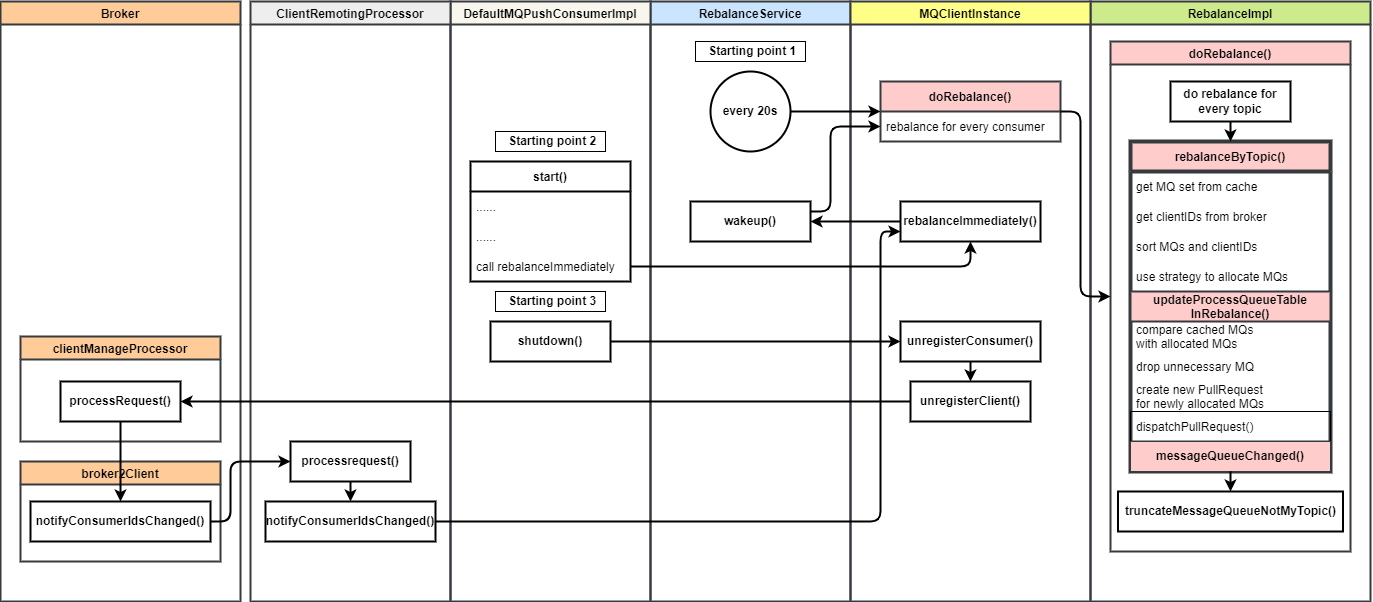
The draw.io diagram assets/rocketmq-consume-message/rocketmq-consumer-rebalance-process.drawio.png in HScarb/knowledge, before a commit. Source tidied: cells renumbered, new cells last; positions are measured from the earlier drawing's top-left corner, leaving out a move shared by most shapes.
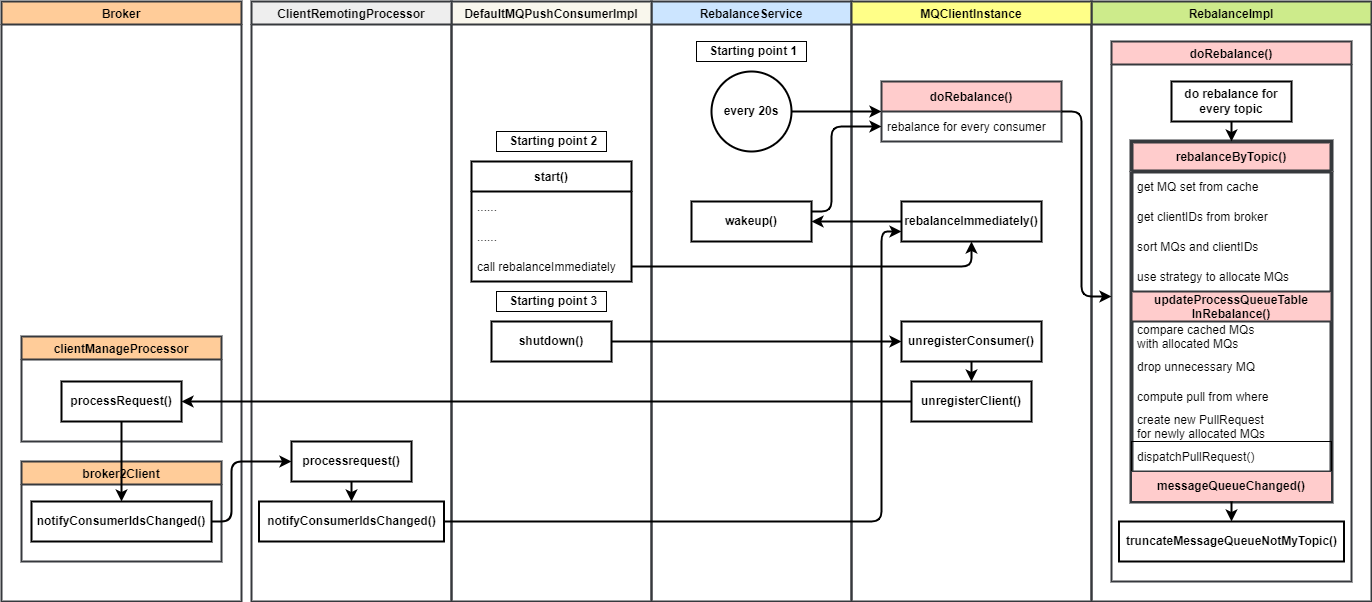
After the change.

What changed in the source:
```diff
@@ -18,10 +18,10 @@
       <mxGeometry x="1090" width="280" height="600" as="geometry" />
     </mxCell>
     <mxCell id="7" value="doRebalance()" style="swimlane;strokeWidth=2;fillColor=#ffcccc;strokeColor=#36393d;" parent="6" vertex="1">
-      <mxGeometry x="20" y="40" width="240" height="510" as="geometry" />
+      <mxGeometry x="20" y="40" width="240" height="540" as="geometry" />
     </mxCell>
     <mxCell id="8" value="rebalanceByTopic()" style="swimlane;fontStyle=1;horizontal=1;startSize=30;strokeWidth=4;fillColor=#ffcccc;strokeColor=#36393d;" parent="7" vertex="1">
-      <mxGeometry x="20" y="100" width="200" height="330" as="geometry" />
+      <mxGeometry x="20" y="100" width="200" height="360" as="geometry" />
     </mxCell>
     <mxCell id="9" value="get MQ set from cache" style="text;strokeColor=none;fillColor=none;align=left;verticalAlign=middle;spacingLeft=4;spacingRight=4;overflow=hidden;" parent="8" vertex="1">
       <mxGeometry y="30" width="200" height="30" as="geometry" />
@@ -36,7 +36,7 @@
       <mxGeometry y="120" width="200" height="30" as="geometry" />
     </mxCell>
     <mxCell id="13" value="updateProcessQueueTable&#10;InRebalance()" style="swimlane;fontStyle=1;horizontal=1;startSize=30;strokeWidth=2;fillColor=#ffcccc;strokeColor=#36393d;" parent="8" vertex="1">
-      <mxGeometry y="150" width="200" height="150" as="geometry" />
+      <mxGeometry y="150" width="200" height="180" as="geometry" />
     </mxCell>
     <mxCell id="14" value="compare cached MQs&#10;with allocated MQs" style="text;strokeColor=none;fillColor=none;align=left;verticalAlign=middle;spacingLeft=4;spacingRight=4;overflow=hidden;" parent="13" vertex="1">
       <mxGeometry y="30" width="200" height="30" as="geometry" />
@@ -44,14 +44,17 @@
     <mxCell id="15" value="drop unnecessary MQ" style="text;strokeColor=none;fillColor=none;align=left;verticalAlign=middle;spacingLeft=4;spacingRight=4;overflow=hidden;" parent="13" vertex="1">
       <mxGeometry y="60" width="200" height="30" as="geometry" />
     </mxCell>
+    <mxCell id="57" value="compute pull from where" style="text;strokeColor=none;fillColor=none;align=left;verticalAlign=middle;spacingLeft=4;spacingRight=4;overflow=hidden;" parent="13" vertex="1">
+      <mxGeometry y="90" width="200" height="30" as="geometry" />
+    </mxCell>
     <mxCell id="16" value="create new PullRequest &#10;for newly allocated MQs" style="text;strokeColor=none;fillColor=none;align=left;verticalAlign=middle;spacingLeft=4;spacingRight=4;overflow=hidden;" parent="13" vertex="1">
-      <mxGeometry y="90" width="200" height="30" as="geometry" />
+      <mxGeometry y="120" width="200" height="30" as="geometry" />
     </mxCell>
     <mxCell id="17" value="dispatchPullRequest()" style="text;strokeColor=default;fillColor=none;align=left;verticalAlign=middle;spacingLeft=4;spacingRight=4;overflow=hidden;rounded=0;" parent="13" vertex="1">
-      <mxGeometry y="120" width="200" height="30" as="geometry" />
+      <mxGeometry y="150" width="200" height="30" as="geometry" />
     </mxCell>
     <mxCell id="18" value="messageQueueChanged()" style="rounded=0;whiteSpace=wrap;html=1;strokeColor=#36393d;strokeWidth=1;fontStyle=1;fillColor=#ffcccc;" parent="8" vertex="1">
-      <mxGeometry y="300" width="200" height="30" as="geometry" />
+      <mxGeometry y="330" width="200" height="30" as="geometry" />
     </mxCell>
     <mxCell id="19" style="edgeStyle=none;html=1;strokeWidth=2;" parent="7" edge="1" source="20" target="8">
       <mxGeometry relative="1" as="geometry" />
@@ -60,7 +63,7 @@
       <mxGeometry x="60" y="40" width="120" height="40" as="geometry" />
     </mxCell>
     <mxCell id="21" value="truncateMessageQueueNotMyTopic()" style="rounded=0;whiteSpace=wrap;html=1;strokeColor=default;strokeWidth=2;fontStyle=1;" parent="7" vertex="1">
-      <mxGeometry x="7.5" y="450" width="225" height="40" as="geometry" />
+      <mxGeometry x="7.5" y="480" width="225" height="40" as="geometry" />
     </mxCell>
     <mxCell id="22" style="edgeStyle=none;html=1;strokeWidth=2;" parent="7" edge="1" source="18" target="21">
       <mxGeometry relative="1" as="geometry" />
@@ -160,7 +163,7 @@
       <mxGeometry x="40" y="440" width="120" height="40" as="geometry" />
     </mxCell>
     <mxCell id="51" value="notifyConsumerIdsChanged()" style="rounded=0;whiteSpace=wrap;html=1;strokeColor=default;strokeWidth=2;fontStyle=1;" parent="48" vertex="1">
-      <mxGeometry x="15" y="500" width="170" height="40" as="geometry" />
+      <mxGeometry x="7.5" y="500" width="185" height="40" as="geometry" />
     </mxCell>
     <mxCell id="52" style="edgeStyle=orthogonalEdgeStyle;html=1;strokeWidth=2;" parent="1" edge="1" source="29" target="44">
       <mxGeometry relative="1" as="geometry" />
```
